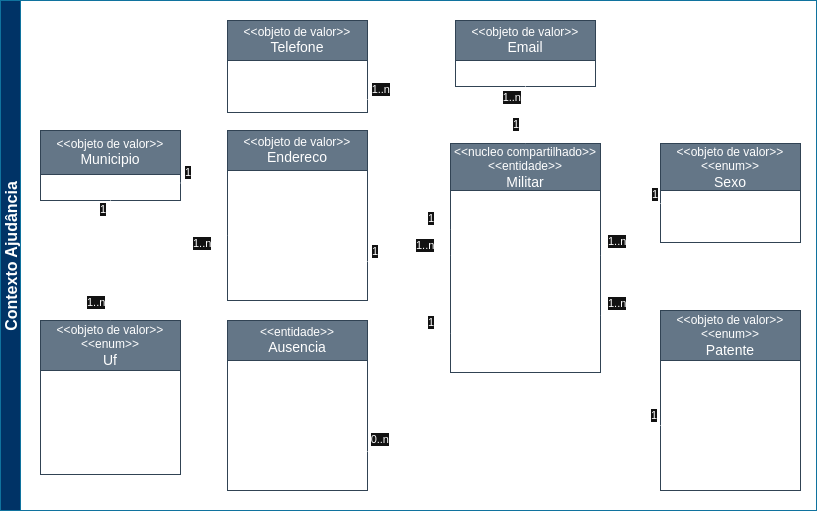
Before: docs/diagramas/img/DiagramaUMLAjudancia.png, a diagram exported from draw.io (joaoAaf/escalante-ddd). Source tidied: cells renumbered, new cells last; positions are measured from the earlier drawing's top-left corner, leaving out a move shared by most shapes.
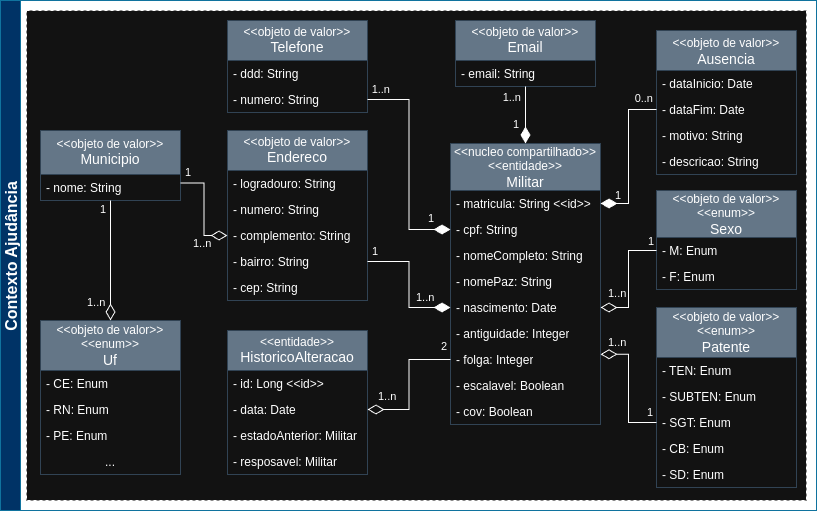
The same file after the commit.

Commit message:
Criando regras de negocio para o contexto ajudancia e refatorando diagramas e dominio do projeto

Diff of the diagram source:
```diff
@@ -2,6 +2,9 @@
   <root>
     <mxCell id="0" />
     <mxCell id="1" parent="0" />
+    <mxCell id="76" style="rounded=0;whiteSpace=wrap;html=1;dashed=1;" parent="1" vertex="1">
+      <mxGeometry x="26" y="10" width="780" height="490" as="geometry" />
+    </mxCell>
     <mxCell id="2" value="&amp;lt;&amp;lt;objeto de valor&amp;gt;&amp;gt;&lt;br&gt;&lt;font style=&quot;font-size: 14px;&quot;&gt;Telefone&lt;/font&gt;" style="swimlane;fontStyle=0;horizontal=1;startSize=40;fillColor=#647687;whiteSpace=wrap;html=1;fontColor=#ffffff;strokeColor=#314354;" parent="1" vertex="1">
       <mxGeometry x="227" y="20" width="140" height="92" as="geometry" />
     </mxCell>
@@ -11,23 +14,20 @@
     <mxCell id="4" value="- numero: String" style="text;strokeColor=none;fillColor=none;align=left;verticalAlign=top;spacingLeft=4;spacingRight=4;overflow=hidden;points=[[0,0.5],[1,0.5]];portConstraint=eastwest;whiteSpace=wrap;html=1;" parent="2" vertex="1">
       <mxGeometry y="66" width="140" height="26" as="geometry" />
     </mxCell>
-    <mxCell id="5" value="&amp;lt;&amp;lt;entidade&amp;gt;&amp;gt;&lt;br&gt;&lt;font style=&quot;font-size: 14px;&quot;&gt;Ausencia&lt;/font&gt;" style="swimlane;fontStyle=0;horizontal=1;startSize=40;fillColor=#647687;whiteSpace=wrap;html=1;fontColor=#ffffff;strokeColor=#314354;" parent="1" vertex="1">
-      <mxGeometry x="227" y="320" width="140" height="170" as="geometry" />
+    <mxCell id="5" value="&lt;font style=&quot;font-size: 14px;&quot;&gt;&lt;span style=&quot;font-size: 12px;&quot;&gt;&amp;lt;&amp;lt;objeto de valor&amp;gt;&amp;gt;&lt;/span&gt;&lt;br style=&quot;font-size: 12px;&quot;&gt;Ausencia&lt;/font&gt;" style="swimlane;fontStyle=0;horizontal=1;startSize=40;fillColor=#647687;whiteSpace=wrap;html=1;fontColor=#ffffff;strokeColor=#314354;" parent="1" vertex="1">
+      <mxGeometry x="656" y="30" width="140" height="144" as="geometry" />
     </mxCell>
-    <mxCell id="6" value="- id: Long &amp;lt;&amp;lt;id&amp;gt;&amp;gt;" style="text;strokeColor=none;fillColor=none;align=left;verticalAlign=top;spacingLeft=4;spacingRight=4;overflow=hidden;whiteSpace=wrap;html=1;" parent="5" vertex="1">
-      <mxGeometry y="40" width="140" height="26" as="geometry" />
-    </mxCell>
     <mxCell id="7" value="- dataInicio: Date" style="text;strokeColor=none;fillColor=none;align=left;verticalAlign=top;spacingLeft=4;spacingRight=4;overflow=hidden;whiteSpace=wrap;html=1;" parent="5" vertex="1">
-      <mxGeometry y="66" width="140" height="26" as="geometry" />
+      <mxGeometry y="40" width="140" height="26" as="geometry" />
     </mxCell>
     <mxCell id="8" value="- dataFim: Date" style="text;strokeColor=none;fillColor=none;align=left;verticalAlign=top;spacingLeft=4;spacingRight=4;overflow=hidden;points=[[0,0.5],[1,0.5]];portConstraint=eastwest;whiteSpace=wrap;html=1;" parent="5" vertex="1">
-      <mxGeometry y="92" width="140" height="26" as="geometry" />
+      <mxGeometry y="66" width="140" height="26" as="geometry" />
     </mxCell>
     <mxCell id="9" value="- motivo: String" style="text;strokeColor=none;fillColor=none;align=left;verticalAlign=top;spacingLeft=4;spacingRight=4;overflow=hidden;points=[[0,0.5],[1,0.5]];portConstraint=eastwest;whiteSpace=wrap;html=1;" parent="5" vertex="1">
-      <mxGeometry y="118" width="140" height="26" as="geometry" />
+      <mxGeometry y="92" width="140" height="26" as="geometry" />
     </mxCell>
     <mxCell id="10" value="- descricao: String" style="text;strokeColor=none;fillColor=none;align=left;verticalAlign=top;spacingLeft=4;spacingRight=4;overflow=hidden;whiteSpace=wrap;html=1;" parent="5" vertex="1">
-      <mxGeometry y="144" width="140" height="26" as="geometry" />
+      <mxGeometry y="118" width="140" height="26" as="geometry" />
     </mxCell>
     <mxCell id="11" value="&amp;lt;&amp;lt;objeto de valor&amp;gt;&amp;gt;&lt;br&gt;&lt;font style=&quot;font-size: 14px;&quot;&gt;Endereco&lt;/font&gt;" style="swimlane;fontStyle=0;horizontal=1;startSize=40;fillColor=#647687;whiteSpace=wrap;html=1;fontColor=#ffffff;strokeColor=#314354;" parent="1" vertex="1">
       <mxGeometry x="227" y="130" width="140" height="170" as="geometry" />
@@ -48,40 +48,46 @@
       <mxGeometry y="144" width="140" height="26" as="geometry" />
     </mxCell>
     <mxCell id="17" value="&lt;div&gt;&lt;div&gt;&lt;div&gt;&amp;lt;&amp;lt;nucleo compartilhado&amp;gt;&amp;gt;&lt;/div&gt;&lt;/div&gt;&lt;/div&gt;&lt;div&gt;&amp;lt;&amp;lt;entidade&amp;gt;&amp;gt;&lt;/div&gt;&lt;div&gt;&lt;font style=&quot;font-size: 14px;&quot;&gt;Militar&lt;/font&gt;&lt;/div&gt;" style="swimlane;fontStyle=0;horizontal=1;startSize=47;fillColor=#647687;whiteSpace=wrap;html=1;fontColor=#ffffff;strokeColor=#314354;" parent="1" vertex="1">
-      <mxGeometry x="450" y="143" width="150" height="229" as="geometry" />
+      <mxGeometry x="450" y="143" width="150" height="281" as="geometry" />
     </mxCell>
     <mxCell id="18" value="- matricula: String &amp;lt;&amp;lt;id&amp;gt;&amp;gt;" style="text;strokeColor=none;fillColor=none;align=left;verticalAlign=top;spacingLeft=4;spacingRight=4;overflow=hidden;points=[[0,0.5],[1,0.5]];portConstraint=eastwest;whiteSpace=wrap;html=1;" parent="17" vertex="1">
       <mxGeometry y="47" width="150" height="26" as="geometry" />
     </mxCell>
+    <mxCell id="77" value="- cpf: String" style="text;strokeColor=none;fillColor=none;align=left;verticalAlign=top;spacingLeft=4;spacingRight=4;overflow=hidden;points=[[0,0.5],[1,0.5]];portConstraint=eastwest;whiteSpace=wrap;html=1;" parent="17" vertex="1">
+      <mxGeometry y="73" width="150" height="26" as="geometry" />
+    </mxCell>
-    <mxCell id="19" value="- nome: String" style="text;strokeColor=none;fillColor=none;align=left;verticalAlign=top;spacingLeft=4;spacingRight=4;overflow=hidden;points=[[0,0.5],[1,0.5]];portConstraint=eastwest;whiteSpace=wrap;html=1;" parent="17" vertex="1">
-      <mxGeometry y="73" width="150" height="26" as="geometry" />
+    <mxCell id="19" value="- nomeCompleto: String" style="text;strokeColor=none;fillColor=none;align=left;verticalAlign=top;spacingLeft=4;spacingRight=4;overflow=hidden;points=[[0,0.5],[1,0.5]];portConstraint=eastwest;whiteSpace=wrap;html=1;" parent="17" vertex="1">
+      <mxGeometry y="99" width="150" height="26" as="geometry" />
     </mxCell>
+    <mxCell id="78" value="- nomePaz: String" style="text;strokeColor=none;fillColor=none;align=left;verticalAlign=top;spacingLeft=4;spacingRight=4;overflow=hidden;whiteSpace=wrap;html=1;" parent="17" vertex="1">
+      <mxGeometry y="125" width="150" height="26" as="geometry" />
+    </mxCell>
-    <mxCell id="20" value="- aniversario: Date" style="text;strokeColor=none;fillColor=none;align=left;verticalAlign=top;spacingLeft=4;spacingRight=4;overflow=hidden;points=[[0,0.5],[1,0.5]];portConstraint=eastwest;whiteSpace=wrap;html=1;" parent="17" vertex="1">
-      <mxGeometry y="99" width="150" height="26" as="geometry" />
+    <mxCell id="20" value="- nascimento: Date" style="text;strokeColor=none;fillColor=none;align=left;verticalAlign=top;spacingLeft=4;spacingRight=4;overflow=hidden;points=[[0,0.5],[1,0.5]];portConstraint=eastwest;whiteSpace=wrap;html=1;" parent="17" vertex="1">
+      <mxGeometry y="151" width="150" height="26" as="geometry" />
     </mxCell>
     <mxCell id="21" value="- antiguidade: Integer" style="text;strokeColor=none;fillColor=none;align=left;verticalAlign=top;spacingLeft=4;spacingRight=4;overflow=hidden;whiteSpace=wrap;html=1;" parent="17" vertex="1">
-      <mxGeometry y="125" width="150" height="26" as="geometry" />
+      <mxGeometry y="177" width="150" height="26" as="geometry" />
     </mxCell>
     <mxCell id="22" value="- folga: Integer" style="text;strokeColor=none;fillColor=none;align=left;verticalAlign=top;spacingLeft=4;spacingRight=4;overflow=hidden;points=[[0,0.5],[1,0.5]];portConstraint=eastwest;whiteSpace=wrap;html=1;" parent="17" vertex="1">
-      <mxGeometry y="151" width="150" height="26" as="geometry" />
+      <mxGeometry y="203" width="150" height="26" as="geometry" />
     </mxCell>
     <mxCell id="23" value="- escalavel: Boolean" style="text;strokeColor=none;fillColor=none;align=left;verticalAlign=top;spacingLeft=4;spacingRight=4;overflow=hidden;points=[[0,0.5],[1,0.5]];portConstraint=eastwest;whiteSpace=wrap;html=1;" parent="17" vertex="1">
-      <mxGeometry y="177" width="150" height="26" as="geometry" />
+      <mxGeometry y="229" width="150" height="26" as="geometry" />
     </mxCell>
     <mxCell id="24" value="- cov: Boolean" style="text;strokeColor=none;fillColor=none;align=left;verticalAlign=top;spacingLeft=4;spacingRight=4;overflow=hidden;whiteSpace=wrap;html=1;" parent="17" vertex="1">
-      <mxGeometry y="203" width="150" height="26" as="geometry" />
+      <mxGeometry y="255" width="150" height="26" as="geometry" />
     </mxCell>
-    <mxCell id="25" style="endArrow=none;html=1;endSize=12;startArrow=diamondThin;startSize=14;startFill=1;edgeStyle=orthogonalEdgeStyle;rounded=0;exitX=0;exitY=0.5;exitDx=0;exitDy=0;entryX=1;entryY=0.5;entryDx=0;entryDy=0;" parent="1" edge="1" source="23" target="9">
+    <mxCell id="25" style="endArrow=none;html=1;endSize=12;startArrow=diamondThin;startSize=14;startFill=1;edgeStyle=orthogonalEdgeStyle;rounded=0;exitX=1;exitY=0.5;exitDx=0;exitDy=0;entryX=0;entryY=0.5;entryDx=0;entryDy=0;" parent="1" edge="1" source="18" target="8">
       <mxGeometry relative="1" as="geometry" />
     </mxCell>
     <mxCell id="26" value="1" style="edgeLabel;html=1;align=left;verticalAlign=top;" parent="25" vertex="1">
       <mxGeometry x="-1" relative="1" as="geometry">
-        <mxPoint x="-24" y="-24" as="offset" />
+        <mxPoint x="13" y="-21" as="offset" />
       </mxGeometry>
     </mxCell>
     <mxCell id="27" value="&lt;div&gt;0..n&lt;/div&gt;" style="edgeLabel;html=1;align=right;verticalAlign=top;" parent="25" vertex="1">
       <mxGeometry x="1" relative="1" as="geometry">
-        <mxPoint x="23" y="-25" as="offset" />
+        <mxPoint x="-2" y="-24" as="offset" />
       </mxGeometry>
     </mxCell>
     <mxCell id="28" style="endArrow=none;html=1;endSize=12;startArrow=diamondThin;startSize=14;startFill=1;edgeStyle=orthogonalEdgeStyle;rounded=0;exitX=0;exitY=0.5;exitDx=0;exitDy=0;entryX=1;entryY=0.5;entryDx=0;entryDy=0;" parent="1" edge="1" source="20" target="15">
@@ -116,7 +122,7 @@
         <mxPoint x="-4" y="-2" as="offset" />
       </mxGeometry>
     </mxCell>
-    <mxCell id="36" style="endArrow=none;html=1;endSize=12;startArrow=diamondThin;startSize=14;startFill=1;edgeStyle=orthogonalEdgeStyle;rounded=0;exitX=0;exitY=0.5;exitDx=0;exitDy=0;entryX=1;entryY=0.5;entryDx=0;entryDy=0;" parent="1" edge="1" source="19" target="4">
+    <mxCell id="36" style="endArrow=none;html=1;endSize=12;startArrow=diamondThin;startSize=14;startFill=1;edgeStyle=orthogonalEdgeStyle;rounded=0;exitX=0;exitY=0.5;exitDx=0;exitDy=0;entryX=1;entryY=0.5;entryDx=0;entryDy=0;" parent="1" edge="1" source="77" target="4">
       <mxGeometry relative="1" as="geometry" />
     </mxCell>
     <mxCell id="37" value="1" style="edgeLabel;html=1;align=left;verticalAlign=top;" parent="36" vertex="1">
@@ -130,7 +136,7 @@
       </mxGeometry>
     </mxCell>
     <mxCell id="39" value="&amp;lt;&amp;lt;objeto de valor&amp;gt;&amp;gt;&lt;br&gt;&amp;lt;&amp;lt;enum&amp;gt;&amp;gt;&lt;br&gt;&lt;font style=&quot;font-size: 14px;&quot;&gt;Patente&lt;/font&gt;" style="swimlane;fontStyle=0;horizontal=1;startSize=50;fillColor=#647687;whiteSpace=wrap;html=1;fontColor=#ffffff;strokeColor=#314354;" parent="1" vertex="1">
-      <mxGeometry x="660" y="310" width="140" height="180" as="geometry" />
+      <mxGeometry x="656" y="307" width="140" height="180" as="geometry" />
     </mxCell>
     <mxCell id="40" value="- TEN: Enum" style="text;strokeColor=none;fillColor=none;align=left;verticalAlign=top;spacingLeft=4;spacingRight=4;overflow=hidden;whiteSpace=wrap;html=1;" parent="39" vertex="1">
       <mxGeometry y="50" width="140" height="26" as="geometry" />
@@ -208,7 +214,7 @@
       </mxGeometry>
     </mxCell>
     <mxCell id="61" value="&amp;lt;&amp;lt;objeto de valor&amp;gt;&amp;gt;&lt;br&gt;&amp;lt;&amp;lt;enum&amp;gt;&amp;gt;&lt;br&gt;&lt;font style=&quot;font-size: 14px;&quot;&gt;Sexo&lt;/font&gt;" style="swimlane;fontStyle=0;horizontal=1;startSize=47;fillColor=#647687;whiteSpace=wrap;html=1;fontColor=#ffffff;strokeColor=#314354;" parent="1" vertex="1">
-      <mxGeometry x="660" y="143" width="140" height="99" as="geometry" />
+      <mxGeometry x="656" y="190" width="140" height="99" as="geometry" />
     </mxCell>
     <mxCell id="62" value="&lt;div&gt;- M: Enum&lt;/div&gt;" style="text;strokeColor=none;fillColor=none;align=left;verticalAlign=top;spacingLeft=4;spacingRight=4;overflow=hidden;points=[[0,0.5],[1,0.5]];portConstraint=eastwest;whiteSpace=wrap;html=1;" parent="61" vertex="1">
       <mxGeometry y="47" width="140" height="26" as="geometry" />
@@ -229,56 +235,36 @@
         <mxPoint x="-2" y="-22" as="offset" />
       </mxGeometry>
     </mxCell>
-    <mxCell id="67" value="Contexto Ajudância" style="swimlane;startSize=20;horizontal=0;horizontalTree=1;sortEdges=1;containerType=tree;fontSize=16;fillColor=#003366;strokeColor=#10739e;" parent="1" vertex="1">
+    <mxCell id="67" value="Contexto Ajudância" style="swimlane;startSize=20;horizontal=0;horizontalTree=1;sortEdges=1;containerType=tree;fontSize=16;fillColor=#003366;strokeColor=#10739e;fontColor=#FFFFFF;" parent="1" vertex="1">
       <mxGeometry width="816" height="510" as="geometry" />
     </mxCell>
-    <mxCell id="68" style="endArrow=none;dashed=1;html=1;dashPattern=1 3;strokeWidth=2;rounded=0;exitX=0;exitY=1;exitDx=0;exitDy=0;entryX=0;entryY=0;entryDx=0;entryDy=0;" parent="1" edge="1">
-      <mxGeometry relative="1" as="geometry">
-        <mxPoint x="26" y="500" as="sourcePoint" />
-        <mxPoint x="26" y="10" as="targetPoint" />
-      </mxGeometry>
-    </mxCell>
-    <mxCell id="69" style="endArrow=none;dashed=1;html=1;dashPattern=1 3;strokeWidth=2;rounded=0;exitX=0;exitY=1;exitDx=0;exitDy=0;entryX=0;entryY=1;entryDx=0;entryDy=0;" parent="1" edge="1">
-      <mxGeometry relative="1" as="geometry">
-        <mxPoint x="26" y="500" as="sourcePoint" />
-        <mxPoint x="206" y="500" as="targetPoint" />
-      </mxGeometry>
-    </mxCell>
-    <mxCell id="70" style="endArrow=none;dashed=1;html=1;dashPattern=1 3;strokeWidth=2;rounded=0;" parent="1" edge="1">
-      <mxGeometry relative="1" as="geometry">
-        <mxPoint x="806" y="500" as="sourcePoint" />
-        <mxPoint x="806" y="10" as="targetPoint" />
-      </mxGeometry>
-    </mxCell>
-    <mxCell id="71" style="endArrow=none;dashed=1;html=1;dashPattern=1 3;strokeWidth=2;rounded=0;" parent="1" edge="1">
-      <mxGeometry relative="1" as="geometry">
-        <mxPoint x="26" y="10" as="sourcePoint" />
-        <mxPoint x="806" y="10" as="targetPoint" />
-      </mxGeometry>
-    </mxCell>
-    <mxCell id="72" style="endArrow=none;dashed=1;html=1;dashPattern=1 3;strokeWidth=2;rounded=0;exitX=1;exitY=1;exitDx=0;exitDy=0;" parent="1" edge="1">
-      <mxGeometry relative="1" as="geometry">
-        <mxPoint x="396" y="500" as="sourcePoint" />
-        <mxPoint x="806" y="500" as="targetPoint" />
-      </mxGeometry>
-    </mxCell>
-    <mxCell id="73" style="endArrow=none;dashed=1;html=1;dashPattern=1 3;strokeWidth=2;rounded=0;exitX=0;exitY=0;exitDx=0;exitDy=0;entryX=0;entryY=1;entryDx=0;entryDy=0;" parent="1" edge="1">
-      <mxGeometry relative="1" as="geometry">
-        <mxPoint x="206" y="310" as="sourcePoint" />
-        <mxPoint x="206" y="500" as="targetPoint" />
-      </mxGeometry>
-    </mxCell>
-    <mxCell id="74" style="endArrow=none;dashed=1;html=1;dashPattern=1 3;strokeWidth=2;rounded=0;" parent="1" edge="1">
-      <mxGeometry relative="1" as="geometry">
-        <mxPoint x="396" y="310" as="sourcePoint" />
-        <mxPoint x="396" y="500" as="targetPoint" />
-      </mxGeometry>
-    </mxCell>
-    <mxCell id="75" style="endArrow=none;dashed=1;html=1;dashPattern=1 3;strokeWidth=2;rounded=0;" parent="1" edge="1">
-      <mxGeometry relative="1" as="geometry">
-        <mxPoint x="206" y="310" as="sourcePoint" />
-        <mxPoint x="396" y="310" as="targetPoint" />
-      </mxGeometry>
-    </mxCell>
+    <mxCell id="79" value="&lt;font style=&quot;font-size: 14px;&quot;&gt;&lt;div style=&quot;font-size: 12px;&quot;&gt;&amp;lt;&amp;lt;entidade&amp;gt;&amp;gt;&lt;/div&gt;HistoricoAlteracao&lt;/font&gt;" style="swimlane;fontStyle=0;horizontal=1;startSize=40;fillColor=#647687;whiteSpace=wrap;html=1;fontColor=#ffffff;strokeColor=#314354;" parent="1" vertex="1">
+      <mxGeometry x="227" y="330" width="140" height="144" as="geometry" />
+    </mxCell>
+    <mxCell id="6" value="- id: Long &amp;lt;&amp;lt;id&amp;gt;&amp;gt;" style="text;strokeColor=none;fillColor=none;align=left;verticalAlign=top;spacingLeft=4;spacingRight=4;overflow=hidden;whiteSpace=wrap;html=1;" parent="79" vertex="1">
+      <mxGeometry y="40" width="140" height="26" as="geometry" />
+    </mxCell>
+    <mxCell id="80" value="- data: Date" style="text;strokeColor=none;fillColor=none;align=left;verticalAlign=top;spacingLeft=4;spacingRight=4;overflow=hidden;points=[[0,0.5],[1,0.5]];portConstraint=eastwest;whiteSpace=wrap;html=1;" parent="79" vertex="1">
+      <mxGeometry y="66" width="140" height="26" as="geometry" />
+    </mxCell>
+    <mxCell id="81" value="- estadoAnterior: Militar" style="text;strokeColor=none;fillColor=none;align=left;verticalAlign=top;spacingLeft=4;spacingRight=4;overflow=hidden;whiteSpace=wrap;html=1;" parent="79" vertex="1">
+      <mxGeometry y="92" width="140" height="26" as="geometry" />
+    </mxCell>
+    <mxCell id="82" value="- resposavel: Militar" style="text;strokeColor=none;fillColor=none;align=left;verticalAlign=top;spacingLeft=4;spacingRight=4;overflow=hidden;whiteSpace=wrap;html=1;" parent="79" vertex="1">
+      <mxGeometry y="118" width="140" height="26" as="geometry" />
+    </mxCell>
+    <mxCell id="83" style="endArrow=none;html=1;endSize=12;startArrow=diamondThin;startSize=14;startFill=0;edgeStyle=orthogonalEdgeStyle;rounded=0;exitX=1;exitY=0.5;exitDx=0;exitDy=0;entryX=0;entryY=0.5;entryDx=0;entryDy=0;" parent="1" edge="1" source="80" target="22">
+      <mxGeometry relative="1" as="geometry" />
+    </mxCell>
+    <mxCell id="84" value="1..n" style="edgeLabel;html=1;align=left;verticalAlign=top;" parent="83" vertex="1">
+      <mxGeometry x="-1" relative="1" as="geometry">
+        <mxPoint x="9" y="-26" as="offset" />
+      </mxGeometry>
+    </mxCell>
+    <mxCell id="85" value="2" style="edgeLabel;html=1;align=right;verticalAlign=top;" parent="83" vertex="1">
+      <mxGeometry x="1" relative="1" as="geometry">
+        <mxPoint x="-3" y="-26" as="offset" />
+      </mxGeometry>
+    </mxCell>
   </root>
 </mxGraphModel>
```
